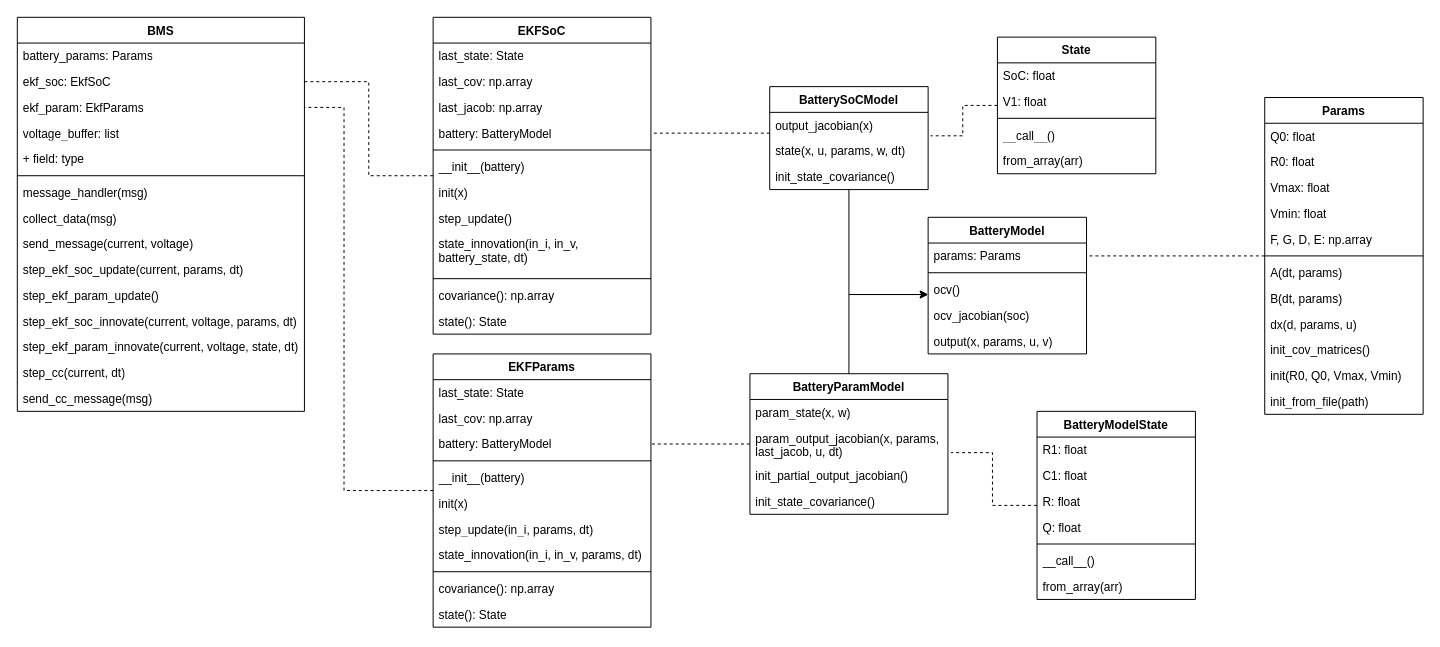
PHentosh/draw_io_projects keeps this draw.io diagram as bms_architecture.drawio. Above is the earlier version. Source tidied: cells renumbered, new cells numbered last; positions are measured from the earlier drawing's top-left corner, leaving out a move shared by most shapes. Both pictures are drawn from the tidied source at 99%, with x=0, y=0 at pixel (17, 17).
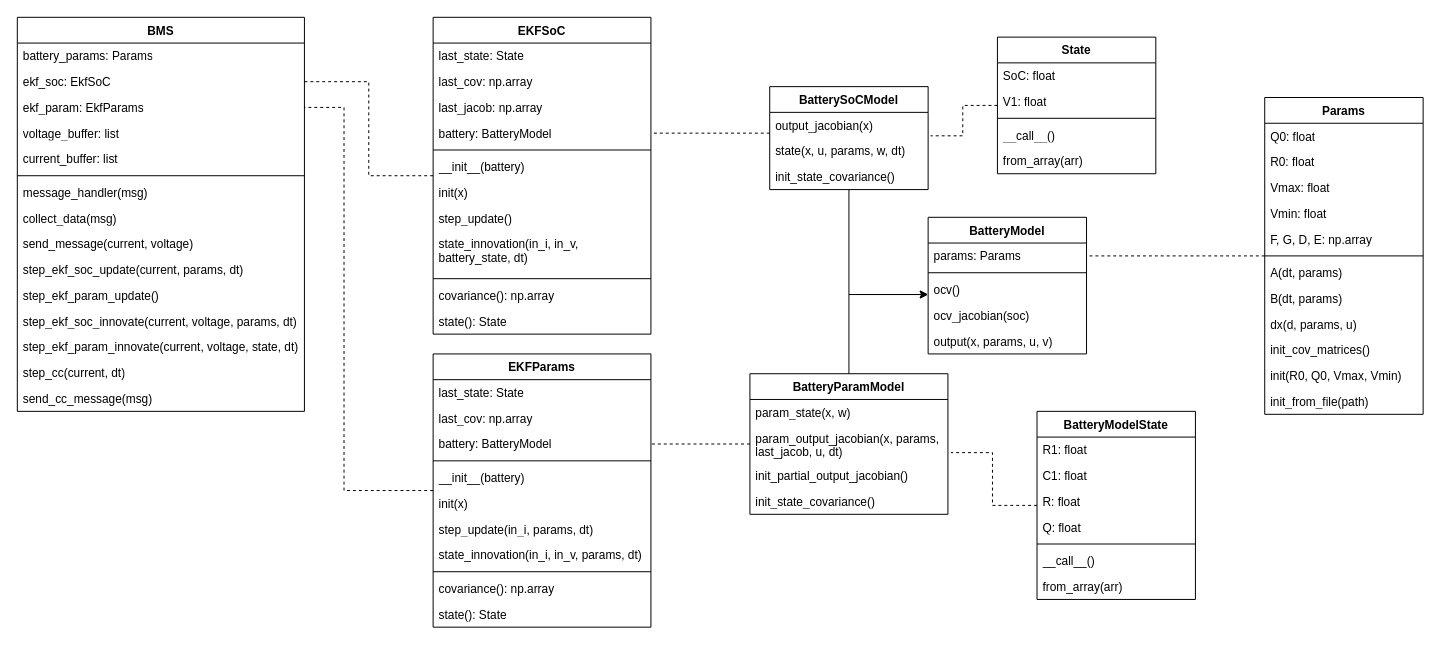
The same diagram, later.

The change refers to these unchanged cells:
```xml
<mxCell id="2" value="BMS" style="swimlane;fontStyle=1;align=center;verticalAlign=top;horizontal=1;startSize=26;whiteSpace=wrap;html=1;" parent="1" vertex="1">
  <mxGeometry width="290" height="398" as="geometry" />
</mxCell>
```

What changed in the source:
```diff
@@
-    <mxCell id="7" value="+ field: type" style="text;strokeColor=none;fillColor=none;align=left;verticalAlign=top;spacingLeft=4;spacingRight=4;overflow=hidden;whiteSpace=wrap;html=1;" parent="2" vertex="1">
+    <mxCell id="7" value="current_buffer: list" style="text;strokeColor=none;fillColor=none;align=left;verticalAlign=top;spacingLeft=4;spacingRight=4;overflow=hidden;whiteSpace=wrap;html=1;" parent="2" vertex="1">
       <mxGeometry y="130" width="290" height="26" as="geometry" />
     </mxCell>
```
